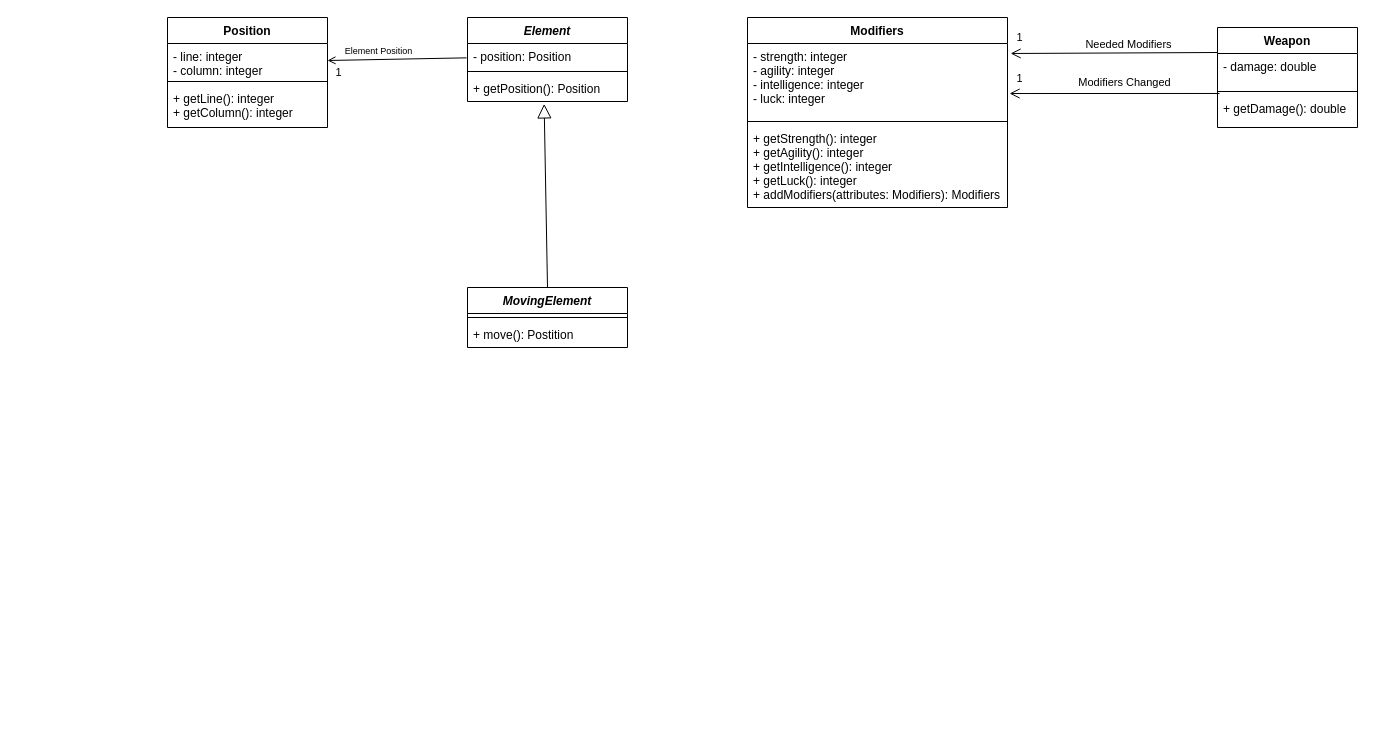
Above: page "Model" (1 of 2) of docs/UMLDiagram.drawio in marhcouto/fallout0 (draw.io), before the change. Source tidied: cells renumbered, new cells numbered last; positions are measured from the earlier drawing's top-left corner, leaving out a move shared by most shapes. Both pictures are drawn from the tidied source at 100%, with x=0, y=0 at pixel (167, 17).
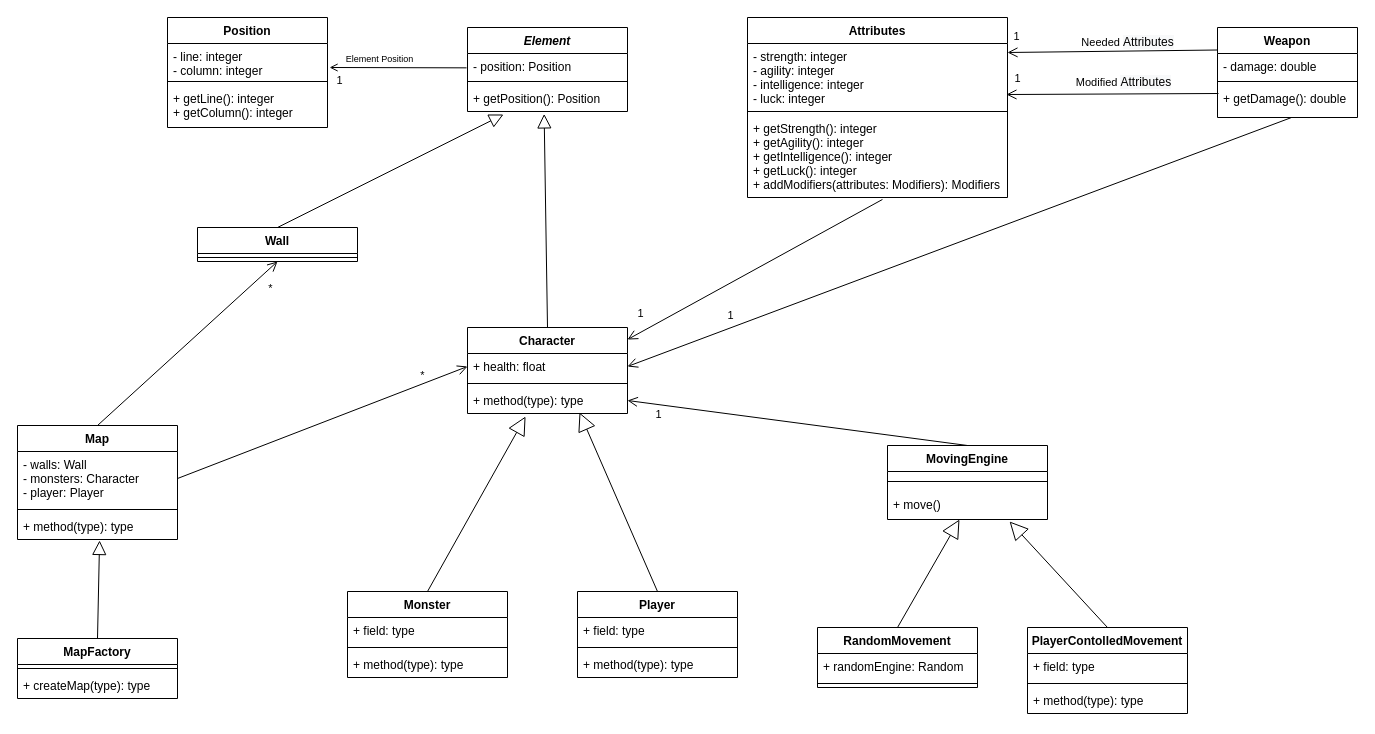
Above is the later version.

Commit message:
Updated general UML diagram

Unchanged cells that the change refers to:
```xml
<mxCell id="3" value="- line: integer&#10;- column: integer" style="text;strokeColor=none;fillColor=none;align=left;verticalAlign=top;spacingLeft=4;spacingRight=4;overflow=hidden;points=[[0,0.5],[1,0.5]];portConstraint=eastwest;" parent="2" vertex="1">
  <mxGeometry y="26" width="160" height="34" as="geometry" />
</mxCell>
<mxCell id="7" value="- position: Position" style="text;strokeColor=none;fillColor=none;align=left;verticalAlign=top;spacingLeft=4;spacingRight=4;overflow=hidden;points=[[0,0.5],[1,0.5]];portConstraint=eastwest;" parent="6" vertex="1">
  <mxGeometry y="26" width="160" height="24" as="geometry" />
</mxCell>
<mxCell id="9" value="+ getPosition(): Position" style="text;strokeColor=none;fillColor=none;align=left;verticalAlign=top;spacingLeft=4;spacingRight=4;overflow=hidden;points=[[0,0.5],[1,0.5]];portConstraint=eastwest;" parent="6" vertex="1">
  <mxGeometry y="58" width="160" height="26" as="geometry" />
</mxCell>
```

What changed in the source:
```diff
@@
     <mxCell id="6" value="Element" style="swimlane;fontStyle=3;align=center;verticalAlign=top;horizontal=1;startSize=26;" parent="1" vertex="1">
-      <mxGeometry x="300" width="160" height="84" as="geometry" />
+      <mxGeometry x="300" y="10" width="160" height="84" as="geometry" />
     </mxCell>
@@
-    <mxCell id="10" value="Modifiers" style="swimlane;fontStyle=1;align=center;verticalAlign=top;horizontal=1;startSize=26;" parent="1" vertex="1">
-      <mxGeometry x="580" width="260" height="190" as="geometry" />
+    <mxCell id="10" value="Attributes" style="swimlane;fontStyle=1;align=center;verticalAlign=top;horizontal=1;startSize=26;" parent="1" vertex="1">
+      <mxGeometry x="580" width="260" height="180" as="geometry" />
     </mxCell>
     <mxCell id="11" value="- strength: integer&#10;- agility: integer&#10;- intelligence: integer&#10;- luck: integer" style="text;strokeColor=none;fillColor=none;align=left;verticalAlign=top;spacingLeft=4;spacingRight=4;overflow=hidden;points=[[0,0.5],[1,0.5]];portConstraint=eastwest;" parent="10" vertex="1">
-      <mxGeometry y="26" width="260" height="74" as="geometry" />
+      <mxGeometry y="26" width="260" height="64" as="geometry" />
     </mxCell>
     <mxCell id="12" style="line;strokeWidth=1;fillColor=none;align=left;verticalAlign=middle;spacingTop=-1;spacingLeft=3;spacingRight=3;labelPosition=right;" parent="10" vertex="1">
-      <mxGeometry y="100" width="260" height="8" as="geometry" />
+      <mxGeometry y="90" width="260" height="8" as="geometry" />
     </mxCell>
     <mxCell id="13" value="+ getStrength(): integer&#10;+ getAgility(): integer&#10;+ getIntelligence(): integer&#10;+ getLuck(): integer&#10;+ addModifiers(attributes: Modifiers): Modifiers" style="text;strokeColor=none;fillColor=none;align=left;verticalAlign=top;spacingLeft=4;spacingRight=4;overflow=hidden;points=[[0,0.5],[1,0.5]];portConstraint=eastwest;" parent="10" vertex="1">
-      <mxGeometry y="108" width="260" height="82" as="geometry" />
+      <mxGeometry y="98" width="260" height="82" as="geometry" />
     </mxCell>
     <mxCell id="14" value="Weapon" style="swimlane;fontStyle=1;align=center;verticalAlign=top;horizontal=1;startSize=26;" parent="1" vertex="1">
-      <mxGeometry x="1050" y="10" width="140" height="100" as="geometry" />
+      <mxGeometry x="1050" y="10" width="140" height="90" as="geometry" />
     </mxCell>
     <mxCell id="15" value="- damage: double" style="text;strokeColor=none;fillColor=none;align=left;verticalAlign=top;spacingLeft=4;spacingRight=4;overflow=hidden;points=[[0,0.5],[1,0.5]];portConstraint=eastwest;" parent="14" vertex="1">
-      <mxGeometry y="26" width="140" height="34" as="geometry" />
+      <mxGeometry y="26" width="140" height="24" as="geometry" />
     </mxCell>
     <mxCell id="16" style="line;strokeWidth=1;fillColor=none;align=left;verticalAlign=middle;spacingTop=-1;spacingLeft=3;spacingRight=3;labelPosition=right;" parent="14" vertex="1">
-      <mxGeometry y="60" width="140" height="8" as="geometry" />
+      <mxGeometry y="50" width="140" height="8" as="geometry" />
     </mxCell>
     <mxCell id="17" value="+ getDamage(): double" style="text;strokeColor=none;fillColor=none;align=left;verticalAlign=top;spacingLeft=4;spacingRight=4;overflow=hidden;points=[[0,0.5],[1,0.5]];portConstraint=eastwest;" parent="14" vertex="1">
-      <mxGeometry y="68" width="140" height="32" as="geometry" />
+      <mxGeometry y="58" width="140" height="32" as="geometry" />
     </mxCell>
-    <mxCell id="18" style="html=1;verticalAlign=bottom;endArrow=open;endSize=8;entryX=1.008;entryY=0.676;entryDx=0;entryDy=0;exitX=0.014;exitY=1.176;exitDx=0;exitDy=0;exitPerimeter=0;entryPerimeter=0;" parent="1" edge="1" source="15" target="11">
+    <mxCell id="18" style="html=1;verticalAlign=bottom;endArrow=open;endSize=8;entryX=0.996;entryY=0.797;entryDx=0;entryDy=0;exitX=0.007;exitY=0.25;exitDx=0;exitDy=0;exitPerimeter=0;entryPerimeter=0;" parent="1" edge="1" source="17" target="11">
       <mxGeometry relative="1" as="geometry" />
     </mxCell>
-    <mxCell id="19" value="Modifiers Changed" style="edgeLabel;html=1;align=center;verticalAlign=middle;" parent="18" vertex="1">
+    <mxCell id="19" value="Modified&amp;nbsp;&lt;span style=&quot;font-size: 12px ; background-color: rgb(248 , 249 , 250)&quot;&gt;Attributes&lt;/span&gt;" style="edgeLabel;html=1;align=center;verticalAlign=middle;" parent="18" vertex="1">
       <mxGeometry x="-0.09" y="4" relative="1" as="geometry">
         <mxPoint y="-16" as="offset" />
       </mxGeometry>
     </mxCell>
@@
-    <mxCell id="21" style="html=1;verticalAlign=bottom;endArrow=open;endSize=8;exitX=0;exitY=0.25;exitDx=0;exitDy=0;entryX=1.012;entryY=0.135;entryDx=0;entryDy=0;entryPerimeter=0;" parent="1" edge="1" source="14" target="11">
-      <mxGeometry relative="1" as="geometry" />
+    <mxCell id="21" style="html=1;verticalAlign=bottom;endArrow=open;endSize=8;exitX=0;exitY=0.25;exitDx=0;exitDy=0;" parent="1" edge="1" source="14">
+      <mxGeometry relative="1" as="geometry">
+        <mxPoint x="840" y="35" as="targetPoint" />
+      </mxGeometry>
     </mxCell>
-    <mxCell id="22" value="Needed Modifiers" style="edgeLabel;html=1;align=center;verticalAlign=middle;" parent="21" vertex="1">
+    <mxCell id="22" value="Needed&amp;nbsp;&lt;span style=&quot;font-size: 12px ; background-color: rgb(248 , 249 , 250)&quot;&gt;Attributes&lt;/span&gt;" style="edgeLabel;html=1;align=center;verticalAlign=middle;" parent="21" vertex="1">
       <mxGeometry x="-0.13" y="1" relative="1" as="geometry">
         <mxPoint y="-10" as="offset" />
       </mxGeometry>
     </mxCell>
@@
-    <mxCell id="24" value="&lt;font style=&quot;font-size: 9px&quot;&gt;Element Position&lt;/font&gt;" style="endArrow=none;endSize=12;html=1;sourcePerimeterSpacing=6;targetPerimeterSpacing=12;verticalAlign=bottom;startArrow=open;startFill=0;endFill=0;exitX=1;exitY=0.5;exitDx=0;exitDy=0;entryX=-0.006;entryY=0.598;entryDx=0;entryDy=0;entryPerimeter=0;" parent="1" edge="1" source="3" target="7">
+    <mxCell id="24" value="&lt;font style=&quot;font-size: 9px&quot;&gt;Element Position&lt;/font&gt;" style="endArrow=none;endSize=12;html=1;sourcePerimeterSpacing=6;targetPerimeterSpacing=12;verticalAlign=bottom;startArrow=open;startFill=0;endFill=0;exitX=1.013;exitY=0.706;exitDx=0;exitDy=0;entryX=-0.006;entryY=0.598;entryDx=0;entryDy=0;entryPerimeter=0;exitPerimeter=0;" parent="1" edge="1" source="3" target="7">
       <mxGeometry x="-0.27" relative="1" as="geometry" />
     </mxCell>
@@
-    <mxCell id="26" style="endArrow=block;endFill=0;endSize=12;html=1;sourcePerimeterSpacing=6;targetPerimeterSpacing=12;strokeColor=#000000;entryX=0.479;entryY=1.093;entryDx=0;entryDy=0;entryPerimeter=0;exitX=0.5;exitY=0;exitDx=0;exitDy=0;" parent="1" edge="1" source="27" target="9">
+    <mxCell id="26" style="endArrow=block;endFill=0;endSize=12;html=1;sourcePerimeterSpacing=6;targetPerimeterSpacing=12;strokeColor=#000000;entryX=0.479;entryY=1.093;entryDx=0;entryDy=0;entryPerimeter=0;exitX=0.5;exitY=0;exitDx=0;exitDy=0;" parent="1" edge="1" source="56" target="9">
       <mxGeometry relative="1" as="geometry" />
     </mxCell>
-    <mxCell id="27" value="MovingElement" style="swimlane;fontStyle=3;align=center;verticalAlign=top;horizontal=1;startSize=26;" parent="1" vertex="1">
-      <mxGeometry x="300" y="270" width="160" height="60" as="geometry" />
-    </mxCell>
-    <mxCell id="28" style="line;strokeWidth=1;fillColor=none;align=left;verticalAlign=middle;spacingTop=-1;spacingLeft=3;spacingRight=3;labelPosition=right;" parent="27" vertex="1">
-      <mxGeometry y="26" width="160" height="8" as="geometry" />
-    </mxCell>
-    <mxCell id="29" value="+ move(): Postition" style="text;strokeColor=none;fillColor=none;align=left;verticalAlign=top;spacingLeft=4;spacingRight=4;overflow=hidden;" parent="27" vertex="1">
-      <mxGeometry y="34" width="160" height="26" as="geometry" />
-    </mxCell>
+    <mxCell id="30" value="Monster" style="swimlane;fontStyle=1;align=center;verticalAlign=top;horizontal=1;startSize=26;" parent="1" vertex="1">
+      <mxGeometry x="180" y="574" width="160" height="86" as="geometry" />
+    </mxCell>
+    <mxCell id="31" value="+ field: type" style="text;strokeColor=none;fillColor=none;align=left;verticalAlign=top;spacingLeft=4;spacingRight=4;overflow=hidden;" parent="30" vertex="1">
+      <mxGeometry y="26" width="160" height="26" as="geometry" />
+    </mxCell>
+    <mxCell id="32" style="line;strokeWidth=1;fillColor=none;align=left;verticalAlign=middle;spacingTop=-1;spacingLeft=3;spacingRight=3;labelPosition=right;" parent="30" vertex="1">
+      <mxGeometry y="52" width="160" height="8" as="geometry" />
+    </mxCell>
+    <mxCell id="33" value="+ method(type): type" style="text;strokeColor=none;fillColor=none;align=left;verticalAlign=top;spacingLeft=4;spacingRight=4;overflow=hidden;" parent="30" vertex="1">
+      <mxGeometry y="60" width="160" height="26" as="geometry" />
+    </mxCell>
+    <mxCell id="34" value="Player" style="swimlane;fontStyle=1;align=center;verticalAlign=top;horizontal=1;startSize=26;" parent="1" vertex="1">
+      <mxGeometry x="410" y="574" width="160" height="86" as="geometry" />
+    </mxCell>
+    <mxCell id="35" value="+ field: type" style="text;strokeColor=none;fillColor=none;align=left;verticalAlign=top;spacingLeft=4;spacingRight=4;overflow=hidden;" parent="34" vertex="1">
+      <mxGeometry y="26" width="160" height="26" as="geometry" />
+    </mxCell>
+    <mxCell id="36" style="line;strokeWidth=1;fillColor=none;align=left;verticalAlign=middle;spacingTop=-1;spacingLeft=3;spacingRight=3;labelPosition=right;" parent="34" vertex="1">
+      <mxGeometry y="52" width="160" height="8" as="geometry" />
+    </mxCell>
+    <mxCell id="37" value="+ method(type): type" style="text;strokeColor=none;fillColor=none;align=left;verticalAlign=top;spacingLeft=4;spacingRight=4;overflow=hidden;" parent="34" vertex="1">
+      <mxGeometry y="60" width="160" height="26" as="geometry" />
+    </mxCell>
+    <mxCell id="38" value="MovingEngine" style="swimlane;fontStyle=1;align=center;verticalAlign=top;horizontal=1;startSize=26;" parent="1" vertex="1">
+      <mxGeometry x="720" y="428" width="160" height="74" as="geometry" />
+    </mxCell>
+    <mxCell id="39" style="line;strokeWidth=1;fillColor=none;align=left;verticalAlign=middle;spacingTop=-1;spacingLeft=3;spacingRight=3;labelPosition=right;" parent="38" vertex="1">
+      <mxGeometry y="26" width="160" height="20" as="geometry" />
+    </mxCell>
+    <mxCell id="40" value="+ move()" style="text;strokeColor=none;fillColor=none;align=left;verticalAlign=top;spacingLeft=4;spacingRight=4;overflow=hidden;points=[[0,0.5],[1,0.5]];portConstraint=eastwest;" parent="38" vertex="1">
+      <mxGeometry y="46" width="160" height="28" as="geometry" />
+    </mxCell>
+    <mxCell id="41" value="RandomMovement" style="swimlane;fontStyle=1;align=center;verticalAlign=top;horizontal=1;startSize=26;" parent="1" vertex="1">
+      <mxGeometry x="650" y="610" width="160" height="60" as="geometry" />
+    </mxCell>
+    <mxCell id="42" value="+ randomEngine: Random" style="text;strokeColor=none;fillColor=none;align=left;verticalAlign=top;spacingLeft=4;spacingRight=4;overflow=hidden;" parent="41" vertex="1">
+      <mxGeometry y="26" width="160" height="26" as="geometry" />
+    </mxCell>
+    <mxCell id="43" style="line;strokeWidth=1;fillColor=none;align=left;verticalAlign=middle;spacingTop=-1;spacingLeft=3;spacingRight=3;labelPosition=right;" parent="41" vertex="1">
+      <mxGeometry y="52" width="160" height="8" as="geometry" />
+    </mxCell>
+    <mxCell id="44" value="PlayerContolledMovement" style="swimlane;fontStyle=1;align=center;verticalAlign=top;horizontal=1;startSize=26;" parent="1" vertex="1">
+      <mxGeometry x="860" y="610" width="160" height="86" as="geometry" />
+    </mxCell>
+    <mxCell id="45" value="+ field: type" style="text;strokeColor=none;fillColor=none;align=left;verticalAlign=top;spacingLeft=4;spacingRight=4;overflow=hidden;" parent="44" vertex="1">
+      <mxGeometry y="26" width="160" height="26" as="geometry" />
+    </mxCell>
+    <mxCell id="46" style="line;strokeWidth=1;fillColor=none;align=left;verticalAlign=middle;spacingTop=-1;spacingLeft=3;spacingRight=3;labelPosition=right;" parent="44" vertex="1">
+      <mxGeometry y="52" width="160" height="8" as="geometry" />
+    </mxCell>
+    <mxCell id="47" value="+ method(type): type" style="text;strokeColor=none;fillColor=none;align=left;verticalAlign=top;spacingLeft=4;spacingRight=4;overflow=hidden;" parent="44" vertex="1">
+      <mxGeometry y="60" width="160" height="26" as="geometry" />
+    </mxCell>
+    <mxCell id="48" style="endArrow=block;endSize=16;endFill=0;html=1;exitX=0.5;exitY=0;exitDx=0;exitDy=0;" parent="1" edge="1" source="41" target="40">
+      <mxGeometry relative="1" as="geometry" />
+    </mxCell>
+    <mxCell id="49" style="endArrow=block;endSize=16;endFill=0;html=1;exitX=0.5;exitY=0;exitDx=0;exitDy=0;entryX=0.763;entryY=1.071;entryDx=0;entryDy=0;entryPerimeter=0;" parent="1" edge="1" source="44" target="40">
+      <mxGeometry relative="1" as="geometry" />
+    </mxCell>
+    <mxCell id="50" style="endArrow=block;endSize=16;endFill=0;html=1;exitX=0.5;exitY=0;exitDx=0;exitDy=0;entryX=0.7;entryY=0.962;entryDx=0;entryDy=0;entryPerimeter=0;" parent="1" edge="1" source="34" target="59">
+      <mxGeometry relative="1" as="geometry" />
+    </mxCell>
+    <mxCell id="51" style="endArrow=block;endSize=16;endFill=0;html=1;entryX=0.363;entryY=1.115;entryDx=0;entryDy=0;entryPerimeter=0;exitX=0.5;exitY=0;exitDx=0;exitDy=0;" parent="1" edge="1" source="30" target="59">
+      <mxGeometry relative="1" as="geometry" />
+    </mxCell>
+    <mxCell id="52" style="html=1;verticalAlign=bottom;endArrow=open;endSize=8;entryX=1;entryY=0.14;entryDx=0;entryDy=0;exitX=0.519;exitY=1.024;exitDx=0;exitDy=0;exitPerimeter=0;entryPerimeter=0;" parent="1" edge="1" source="13" target="56">
+      <mxGeometry relative="1" as="geometry" />
+    </mxCell>
+    <mxCell id="53" value="1" style="edgeLabel;html=1;align=center;verticalAlign=middle;" parent="52" vertex="1">
+      <mxGeometry x="0.56" relative="1" as="geometry">
+        <mxPoint x="-43.4" y="3.8" as="offset" />
+      </mxGeometry>
+    </mxCell>
+    <mxCell id="54" style="html=1;verticalAlign=bottom;endArrow=open;endSize=8;entryX=1;entryY=0.5;entryDx=0;entryDy=0;exitX=0.5;exitY=0;exitDx=0;exitDy=0;" parent="1" edge="1" source="38" target="59">
+      <mxGeometry relative="1" as="geometry" />
+    </mxCell>
+    <mxCell id="55" value="1" style="edgeLabel;html=1;align=center;verticalAlign=middle;" parent="54" vertex="1">
+      <mxGeometry x="0.56" relative="1" as="geometry">
+        <mxPoint x="-43.4" y="3.8" as="offset" />
+      </mxGeometry>
+    </mxCell>
+    <mxCell id="56" value="Character" style="swimlane;fontStyle=1;align=center;verticalAlign=top;horizontal=1;startSize=26;" parent="1" vertex="1">
+      <mxGeometry x="300" y="310" width="160" height="86" as="geometry" />
+    </mxCell>
+    <mxCell id="57" value="+ health: float" style="text;strokeColor=none;fillColor=none;align=left;verticalAlign=top;spacingLeft=4;spacingRight=4;overflow=hidden;points=[[0,0.5],[1,0.5]];portConstraint=eastwest;" parent="56" vertex="1">
+      <mxGeometry y="26" width="160" height="26" as="geometry" />
+    </mxCell>
+    <mxCell id="58" style="line;strokeWidth=1;fillColor=none;align=left;verticalAlign=middle;spacingTop=-1;spacingLeft=3;spacingRight=3;labelPosition=right;" parent="56" vertex="1">
+      <mxGeometry y="52" width="160" height="8" as="geometry" />
+    </mxCell>
+    <mxCell id="59" value="+ method(type): type" style="text;strokeColor=none;fillColor=none;align=left;verticalAlign=top;spacingLeft=4;spacingRight=4;overflow=hidden;points=[[0,0.5],[1,0.5]];portConstraint=eastwest;" parent="56" vertex="1">
+      <mxGeometry y="60" width="160" height="26" as="geometry" />
+    </mxCell>
+    <mxCell id="60" style="html=1;verticalAlign=bottom;endArrow=open;endSize=8;entryX=1;entryY=0.5;entryDx=0;entryDy=0;exitX=0.529;exitY=1;exitDx=0;exitDy=0;exitPerimeter=0;" parent="1" edge="1" source="17" target="57">
+      <mxGeometry relative="1" as="geometry" />
+    </mxCell>
+    <mxCell id="61" value="1" style="edgeLabel;html=1;align=center;verticalAlign=middle;" parent="60" vertex="1">
+      <mxGeometry x="0.56" relative="1" as="geometry">
+        <mxPoint x="-43.4" y="3.8" as="offset" />
+      </mxGeometry>
+    </mxCell>
+    <mxCell id="62" value="Wall" style="swimlane;fontStyle=1;align=center;verticalAlign=top;horizontal=1;startSize=26;" parent="1" vertex="1">
+      <mxGeometry x="30" y="210" width="160" height="34" as="geometry" />
+    </mxCell>
+    <mxCell id="63" style="line;strokeWidth=1;fillColor=none;align=left;verticalAlign=middle;spacingTop=-1;spacingLeft=3;spacingRight=3;labelPosition=right;" parent="62" vertex="1">
+      <mxGeometry y="26" width="160" height="8" as="geometry" />
+    </mxCell>
+    <mxCell id="64" style="endArrow=block;endFill=0;endSize=12;html=1;sourcePerimeterSpacing=6;targetPerimeterSpacing=12;strokeColor=#000000;entryX=0.225;entryY=1.115;entryDx=0;entryDy=0;entryPerimeter=0;exitX=0.5;exitY=0;exitDx=0;exitDy=0;" parent="1" edge="1" source="62" target="9">
+      <mxGeometry relative="1" as="geometry" />
+    </mxCell>
+    <mxCell id="65" style="html=1;verticalAlign=bottom;endArrow=open;endSize=8;entryX=0.5;entryY=1;entryDx=0;entryDy=0;exitX=0.5;exitY=0;exitDx=0;exitDy=0;" parent="1" edge="1" source="69" target="62">
+      <mxGeometry relative="1" as="geometry" />
+    </mxCell>
+    <mxCell id="66" value="*" style="edgeLabel;html=1;align=center;verticalAlign=middle;" parent="65" vertex="1">
+      <mxGeometry x="0.56" relative="1" as="geometry">
+        <mxPoint x="31.8" y="-9.4" as="offset" />
+      </mxGeometry>
+    </mxCell>
+    <mxCell id="67" style="html=1;verticalAlign=bottom;endArrow=open;endSize=8;entryX=0;entryY=0.5;entryDx=0;entryDy=0;exitX=1;exitY=0.5;exitDx=0;exitDy=0;" parent="1" edge="1" source="70" target="57">
+      <mxGeometry relative="1" as="geometry" />
+    </mxCell>
+    <mxCell id="68" value="*" style="edgeLabel;html=1;align=center;verticalAlign=middle;" parent="67" vertex="1">
+      <mxGeometry x="0.56" relative="1" as="geometry">
+        <mxPoint x="18.4" y="-16.3" as="offset" />
+      </mxGeometry>
+    </mxCell>
+    <mxCell id="69" value="Map" style="swimlane;fontStyle=1;align=center;verticalAlign=top;horizontal=1;startSize=26;" parent="1" vertex="1">
+      <mxGeometry x="-150" y="408" width="160" height="114" as="geometry" />
+    </mxCell>
+    <mxCell id="70" value="- walls: Wall&#10;- monsters: Character&#10;- player: Player" style="text;strokeColor=none;fillColor=none;align=left;verticalAlign=top;spacingLeft=4;spacingRight=4;overflow=hidden;points=[[0,0.5],[1,0.5]];portConstraint=eastwest;" parent="69" vertex="1">
+      <mxGeometry y="26" width="160" height="54" as="geometry" />
+    </mxCell>
+    <mxCell id="71" style="line;strokeWidth=1;fillColor=none;align=left;verticalAlign=middle;spacingTop=-1;spacingLeft=3;spacingRight=3;labelPosition=right;" parent="69" vertex="1">
+      <mxGeometry y="80" width="160" height="8" as="geometry" />
+    </mxCell>
+    <mxCell id="72" value="+ method(type): type" style="text;strokeColor=none;fillColor=none;align=left;verticalAlign=top;spacingLeft=4;spacingRight=4;overflow=hidden;points=[[0,0.5],[1,0.5]];portConstraint=eastwest;" parent="69" vertex="1">
+      <mxGeometry y="88" width="160" height="26" as="geometry" />
+    </mxCell>
+    <mxCell id="73" value="MapFactory" style="swimlane;fontStyle=1;align=center;verticalAlign=top;horizontal=1;startSize=26;" parent="1" vertex="1">
+      <mxGeometry x="-150" y="621" width="160" height="60" as="geometry" />
+    </mxCell>
+    <mxCell id="74" style="line;strokeWidth=1;fillColor=none;align=left;verticalAlign=middle;spacingTop=-1;spacingLeft=3;spacingRight=3;labelPosition=right;" parent="73" vertex="1">
+      <mxGeometry y="26" width="160" height="8" as="geometry" />
+    </mxCell>
+    <mxCell id="75" value="+ createMap(type): type" style="text;strokeColor=none;fillColor=none;align=left;verticalAlign=top;spacingLeft=4;spacingRight=4;overflow=hidden;" parent="73" vertex="1">
+      <mxGeometry y="34" width="160" height="26" as="geometry" />
+    </mxCell>
+    <mxCell id="76" style="endArrow=block;endFill=0;endSize=12;html=1;sourcePerimeterSpacing=6;targetPerimeterSpacing=12;strokeColor=#000000;exitX=0.5;exitY=0;exitDx=0;exitDy=0;entryX=0.513;entryY=1.038;entryDx=0;entryDy=0;entryPerimeter=0;" parent="1" edge="1" source="73" target="72">
+      <mxGeometry relative="1" as="geometry" />
+    </mxCell>
```
